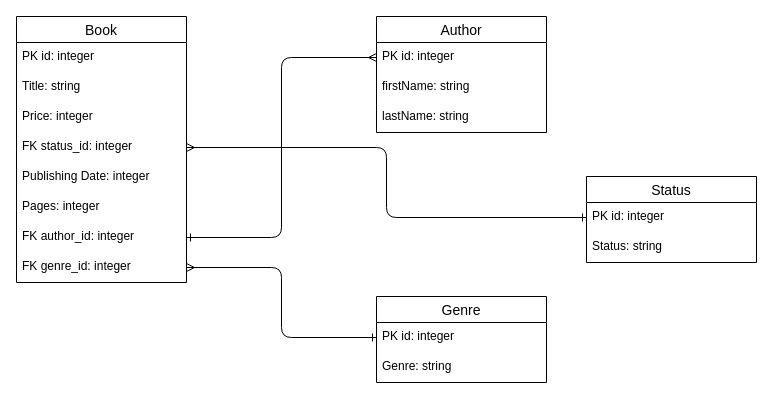
This is page "Page-3" (3 of 3) of homelibrary.drawio from Arnaldo1990/Database-Development-Day-1, a draw.io file, before an edit. Source tidied: cells renumbered, new cells numbered last; positions are measured from the earlier drawing's top-left corner, leaving out a move shared by most shapes. Both pictures are drawn from the tidied source at 100%, with x=0, y=0 at pixel (16, 16).
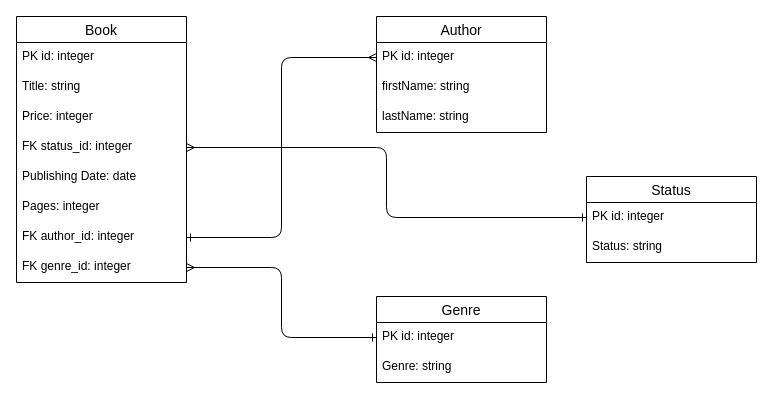
After the change.

Commit message:
finished exercise

The change refers to these unchanged cells:
```xml
<mxCell id="2" value="Book" style="swimlane;fontStyle=0;horizontal=1;startSize=26;align=center;fontSize=14;" parent="1" vertex="1">
  <mxGeometry width="170" height="266" as="geometry" />
</mxCell>
```

The edit, as a diff of the source:
```diff
@@
-    <mxCell id="7" value="Publishing Date: integer" style="text;strokeColor=none;fillColor=none;spacingLeft=4;spacingRight=4;overflow=hidden;fontSize=12;" parent="2" vertex="1">
+    <mxCell id="7" value="Publishing Date: date" style="text;strokeColor=none;fillColor=none;spacingLeft=4;spacingRight=4;overflow=hidden;fontSize=12;" parent="2" vertex="1">
       <mxGeometry y="146" width="170" height="30" as="geometry" />
     </mxCell>
```
